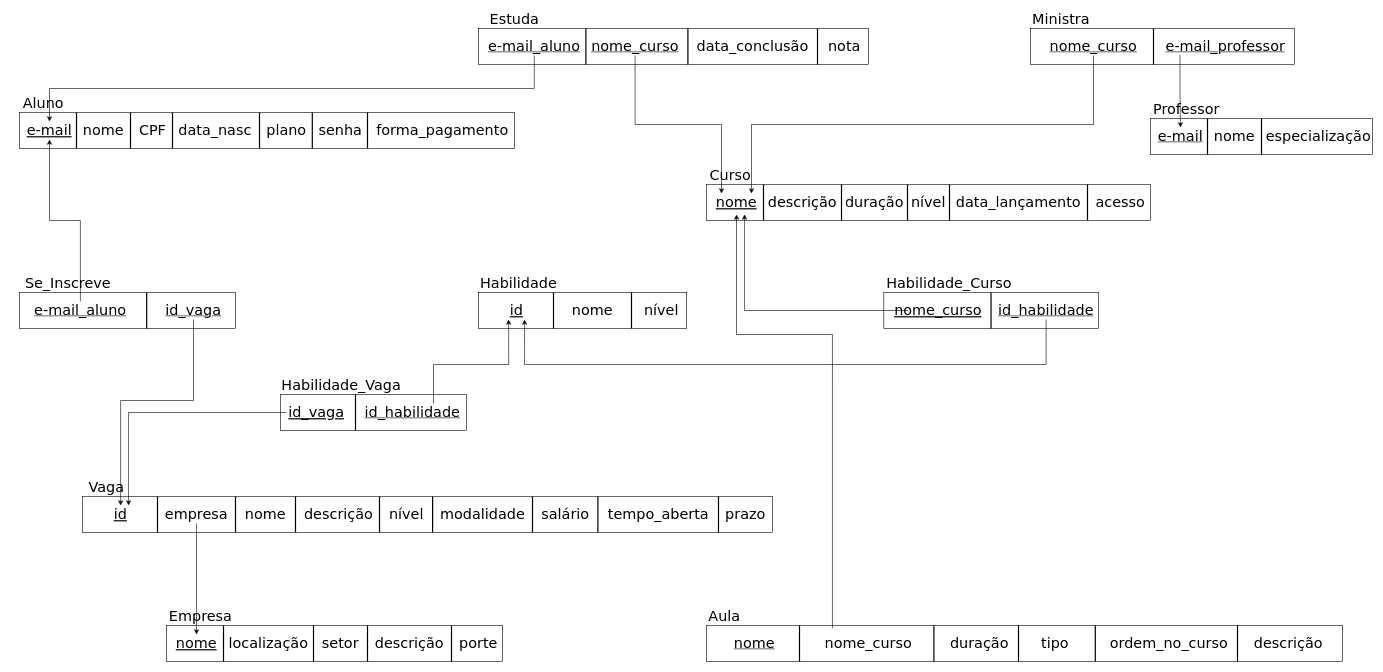
The draw.io diagram Diagrama/diagramaLógicoBD.drawio in kenjiThiago/ProjetoBD2, before the edit. Source tidied: cells renumbered, new cells numbered last; positions are measured from the earlier drawing's top-left corner, leaving out a move shared by most shapes. Both pictures are drawn from the tidied source at 60%, with x=0, y=0 at pixel (19, 10).
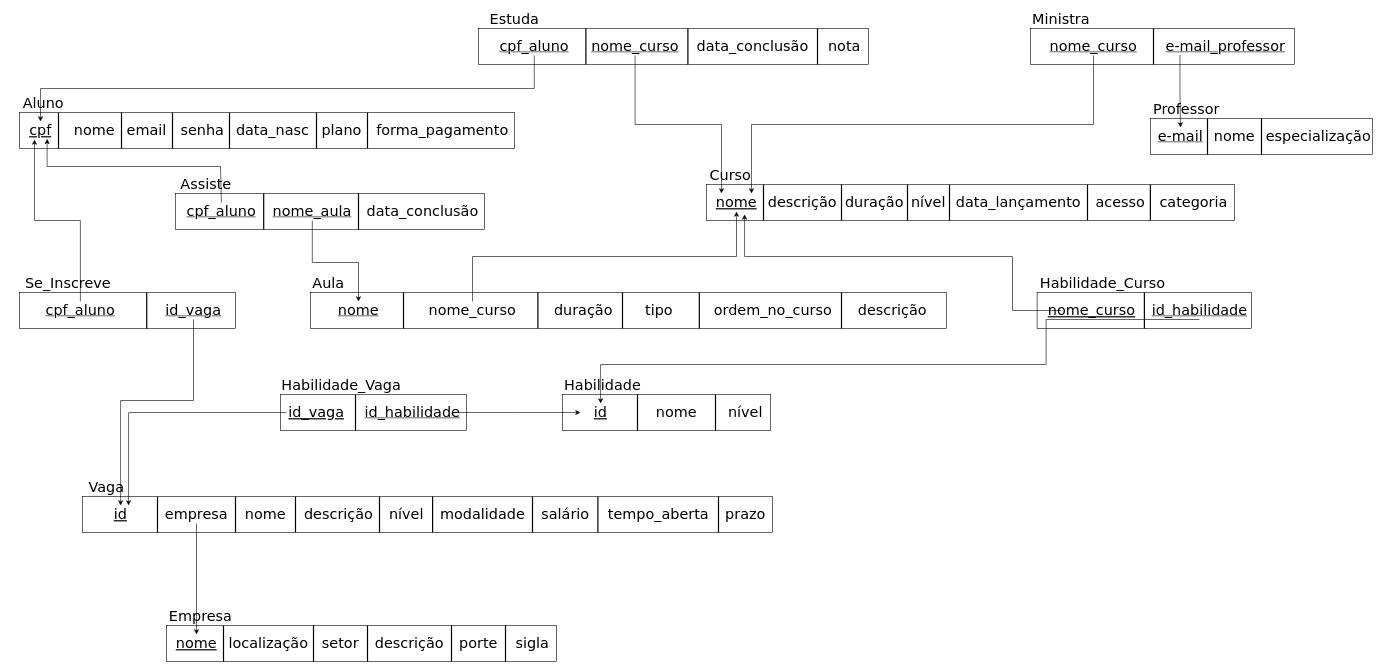
Above is the later version.

Commit message (it also covers changes not shown here):
Alterações na modelagem do BD (Diagramas e Script SQL)

Unchanged cells that the change refers to:
```xml
<mxCell id="13" value="&lt;font face=&quot;Verdana&quot; style=&quot;font-size: 24px;&quot;&gt;&lt;u&gt;nome&lt;/u&gt;&lt;/font&gt;" style="text;html=1;align=center;verticalAlign=middle;whiteSpace=wrap;rounded=0;" parent="1" vertex="1">
  <mxGeometry x="1145" y="305" width="100" height="30" as="geometry" />
</mxCell>
<mxCell id="83" value="&lt;font style=&quot;font-size: 24px;&quot; face=&quot;Verdana&quot;&gt;id_habilidade&lt;/font&gt;" style="text;html=1;align=center;verticalAlign=middle;whiteSpace=wrap;rounded=0;fontStyle=4;" parent="1" vertex="1">
  <mxGeometry x="585" y="655" width="140" height="30" as="geometry" />
</mxCell>
```

Change to the diagram source:
```diff
@@
-    <mxCell id="4" value="&lt;font face=&quot;Verdana&quot; style=&quot;font-size: 24px;&quot;&gt;&lt;u&gt;e-mail&lt;/u&gt;&lt;/font&gt;" style="text;html=1;align=center;verticalAlign=middle;whiteSpace=wrap;rounded=0;" parent="1" vertex="1">
-      <mxGeometry y="185" width="100" height="30" as="geometry" />
+    <mxCell id="4" value="&lt;font face=&quot;Verdana&quot; style=&quot;font-size: 24px;&quot;&gt;&lt;u&gt;cpf&lt;/u&gt;&lt;/font&gt;" style="text;html=1;align=center;verticalAlign=middle;whiteSpace=wrap;rounded=0;" parent="1" vertex="1">
+      <mxGeometry x="-15" y="185" width="100" height="30" as="geometry" />
     </mxCell>
     <mxCell id="5" value="&lt;font face=&quot;Verdana&quot; style=&quot;font-size: 24px;&quot;&gt;nome&lt;/font&gt;" style="text;html=1;align=center;verticalAlign=middle;whiteSpace=wrap;rounded=0;" parent="1" vertex="1">
-      <mxGeometry x="90" y="185" width="100" height="30" as="geometry" />
+      <mxGeometry x="75" y="185" width="100" height="30" as="geometry" />
     </mxCell>
     <mxCell id="6" value="&lt;font face=&quot;Verdana&quot; style=&quot;font-size: 24px;&quot;&gt;d&lt;/font&gt;&lt;span style=&quot;font-size: 24px; font-family: Verdana; background-color: initial;&quot;&gt;ata_nasc&lt;/span&gt;" style="text;html=1;align=center;verticalAlign=middle;whiteSpace=wrap;rounded=0;" parent="1" vertex="1">
-      <mxGeometry x="276" y="185" width="100" height="30" as="geometry" />
+      <mxGeometry x="372" y="185" width="100" height="30" as="geometry" />
     </mxCell>
     <mxCell id="7" value="&lt;font face=&quot;Verdana&quot; style=&quot;font-size: 24px;&quot;&gt;plano&lt;/font&gt;" style="text;html=1;align=center;verticalAlign=middle;whiteSpace=wrap;rounded=0;" parent="1" vertex="1">
-      <mxGeometry x="395" y="185" width="100" height="30" as="geometry" />
+      <mxGeometry x="486.5" y="185" width="100" height="30" as="geometry" />
     </mxCell>
     <mxCell id="8" style="line;strokeWidth=2;direction=south;html=1;" parent="1" vertex="1">
-      <mxGeometry x="90" y="170" width="10" height="60" as="geometry" />
+      <mxGeometry x="60" y="170" width="10" height="60" as="geometry" />
     </mxCell>
     <mxCell id="9" style="line;strokeWidth=2;direction=south;html=1;" parent="1" vertex="1">
-      <mxGeometry x="180" y="170" width="10" height="60" as="geometry" />
+      <mxGeometry x="165" y="170" width="10" height="60" as="geometry" />
     </mxCell>
@@
     <mxCell id="11" style="rounded=0;whiteSpace=wrap;html=1;" parent="1" vertex="1">
-      <mxGeometry x="1145" y="290" width="740" height="60" as="geometry" />
+      <mxGeometry x="1145" y="290" width="880" height="60" as="geometry" />
     </mxCell>
@@
     <mxCell id="29" style="rounded=0;whiteSpace=wrap;html=1;" parent="1" vertex="1">
-      <mxGeometry x="1145" y="1025" width="1060" height="60" as="geometry" />
+      <mxGeometry x="485" y="470" width="1060" height="60" as="geometry" />
     </mxCell>
     <mxCell id="30" value="&lt;font face=&quot;Verdana&quot; style=&quot;font-size: 24px;&quot;&gt;Aula&lt;/font&gt;" style="text;html=1;align=center;verticalAlign=middle;whiteSpace=wrap;rounded=0;" parent="1" vertex="1">
-      <mxGeometry x="1145" y="995" width="60" height="30" as="geometry" />
+      <mxGeometry x="485" y="440" width="60" height="30" as="geometry" />
     </mxCell>
     <mxCell id="31" value="&lt;font style=&quot;font-size: 24px;&quot; face=&quot;Verdana&quot;&gt;nome&lt;/font&gt;" style="text;html=1;align=center;verticalAlign=middle;whiteSpace=wrap;rounded=0;fontStyle=4;" parent="1" vertex="1">
-      <mxGeometry x="1175" y="1040" width="100" height="30" as="geometry" />
+      <mxGeometry x="515" y="485" width="100" height="30" as="geometry" />
     </mxCell>
     <mxCell id="32" value="&lt;font face=&quot;Verdana&quot; style=&quot;font-size: 24px;&quot;&gt;descrição&lt;/font&gt;" style="text;html=1;align=center;verticalAlign=middle;whiteSpace=wrap;rounded=0;" parent="1" vertex="1">
-      <mxGeometry x="2065" y="1040" width="100" height="30" as="geometry" />
+      <mxGeometry x="1405" y="485" width="100" height="30" as="geometry" />
     </mxCell>
     <mxCell id="33" value="&lt;font face=&quot;Verdana&quot; style=&quot;font-size: 24px;&quot;&gt;duração&lt;/font&gt;" style="text;html=1;align=center;verticalAlign=middle;whiteSpace=wrap;rounded=0;" parent="1" vertex="1">
-      <mxGeometry x="1550" y="1040" width="100" height="30" as="geometry" />
+      <mxGeometry x="890" y="485" width="100" height="30" as="geometry" />
     </mxCell>
     <mxCell id="34" value="&lt;font face=&quot;Verdana&quot; style=&quot;font-size: 24px;&quot;&gt;tipo&lt;/font&gt;" style="text;html=1;align=center;verticalAlign=middle;whiteSpace=wrap;rounded=0;" parent="1" vertex="1">
-      <mxGeometry x="1696" y="1040" width="60" height="30" as="geometry" />
+      <mxGeometry x="1036" y="485" width="60" height="30" as="geometry" />
     </mxCell>
     <mxCell id="35" value="&lt;font face=&quot;Verdana&quot; style=&quot;font-size: 24px;&quot;&gt;ordem_no_curso&lt;/font&gt;" style="text;html=1;align=center;verticalAlign=middle;whiteSpace=wrap;rounded=0;" parent="1" vertex="1">
-      <mxGeometry x="1866" y="1040" width="100" height="30" as="geometry" />
+      <mxGeometry x="1206" y="485" width="100" height="30" as="geometry" />
     </mxCell>
     <mxCell id="36" style="line;strokeWidth=2;direction=south;html=1;" parent="1" vertex="1">
-      <mxGeometry x="1519" y="1025" width="10" height="60" as="geometry" />
+      <mxGeometry x="859" y="470" width="10" height="60" as="geometry" />
     </mxCell>
     <mxCell id="37" style="line;strokeWidth=2;direction=south;html=1;" parent="1" vertex="1">
-      <mxGeometry x="1660" y="1025" width="10" height="60" as="geometry" />
+      <mxGeometry x="1000" y="470" width="10" height="60" as="geometry" />
     </mxCell>
     <mxCell id="38" style="line;strokeWidth=2;direction=south;html=1;" parent="1" vertex="1">
-      <mxGeometry x="1295" y="1025" width="10" height="60" as="geometry" />
+      <mxGeometry x="635" y="470" width="10" height="60" as="geometry" />
     </mxCell>
     <mxCell id="39" style="line;strokeWidth=2;direction=south;html=1;" parent="1" vertex="1">
-      <mxGeometry x="1788" y="1025" width="10" height="60" as="geometry" />
+      <mxGeometry x="1128" y="470" width="10" height="60" as="geometry" />
     </mxCell>
@@
     <mxCell id="45" style="rounded=0;whiteSpace=wrap;html=1;" parent="1" vertex="1">
-      <mxGeometry x="245" y="1025" width="560" height="60" as="geometry" />
+      <mxGeometry x="245" y="1025" width="650" height="60" as="geometry" />
     </mxCell>
@@
-    <mxCell id="58" value="&lt;font style=&quot;font-size: 24px;&quot; face=&quot;Verdana&quot;&gt;e-mail_aluno&lt;/font&gt;" style="text;html=1;align=center;verticalAlign=middle;whiteSpace=wrap;rounded=0;fontStyle=4;" parent="1" vertex="1">
+    <mxCell id="58" value="&lt;font style=&quot;font-size: 24px;&quot; face=&quot;Verdana&quot;&gt;cpf_aluno&lt;/font&gt;" style="text;html=1;align=center;verticalAlign=middle;whiteSpace=wrap;rounded=0;fontStyle=4;" parent="1" vertex="1">
       <mxGeometry x="778" y="45" width="160" height="30" as="geometry" />
     </mxCell>
@@
     <mxCell id="74" style="edgeStyle=orthogonalEdgeStyle;rounded=0;jettySize=auto;html=1;" parent="1" edge="1" source="75" target="4">
-      <mxGeometry relative="1" as="geometry" />
+      <mxGeometry relative="1" as="geometry">
+        <Array as="points">
+          <mxPoint x="102" y="350" />
+          <mxPoint x="25" y="350" />
+        </Array>
+      </mxGeometry>
     </mxCell>
-    <mxCell id="75" value="&lt;font style=&quot;font-size: 24px;&quot; face=&quot;Verdana&quot;&gt;e-mail_aluno&lt;/font&gt;" style="text;html=1;align=center;verticalAlign=middle;whiteSpace=wrap;rounded=0;fontStyle=4;" parent="1" vertex="1">
+    <mxCell id="75" value="&lt;font style=&quot;font-size: 24px;&quot; face=&quot;Verdana&quot;&gt;cpf_aluno&lt;/font&gt;" style="text;html=1;align=center;verticalAlign=middle;whiteSpace=wrap;rounded=0;fontStyle=4;" parent="1" vertex="1">
       <mxGeometry x="10" y="485" width="183" height="30" as="geometry" />
     </mxCell>
@@
-    <mxCell id="85" style="edgeStyle=orthogonalEdgeStyle;rounded=0;jettySize=auto;html=1;exitX=0.198;exitY=0.083;exitDx=0;exitDy=0;exitPerimeter=0;" parent="1" edge="1" source="29">
-      <mxGeometry relative="1" as="geometry">
-        <mxPoint x="1195" y="340" as="targetPoint" />
-        <Array as="points">
-          <mxPoint x="1355" y="540" />
-          <mxPoint x="1195" y="540" />
-        </Array>
-      </mxGeometry>
-    </mxCell>
     <mxCell id="86" style="line;strokeWidth=2;direction=south;html=1;" parent="1" vertex="1">
-      <mxGeometry x="2025" y="1025" width="10" height="60" as="geometry" />
+      <mxGeometry x="1365" y="470" width="10" height="60" as="geometry" />
     </mxCell>
     <mxCell id="87" value="&lt;font face=&quot;Verdana&quot; style=&quot;font-size: 24px;&quot;&gt;nome_curso&lt;/font&gt;" style="text;html=1;align=center;verticalAlign=middle;whiteSpace=wrap;rounded=0;" parent="1" vertex="1">
-      <mxGeometry x="1335" y="1040" width="160" height="30" as="geometry" />
+      <mxGeometry x="675" y="485" width="160" height="30" as="geometry" />
     </mxCell>
     <mxCell id="88" style="rounded=0;whiteSpace=wrap;html=1;" parent="1" vertex="1">
-      <mxGeometry x="1440.5" y="470" width="357.5" height="60" as="geometry" />
+      <mxGeometry x="1696" y="470" width="357.5" height="60" as="geometry" />
     </mxCell>
     <mxCell id="89" value="&lt;font face=&quot;Verdana&quot; style=&quot;font-size: 24px;&quot;&gt;Habilidade_Curso&lt;/font&gt;" style="text;html=1;align=center;verticalAlign=middle;whiteSpace=wrap;rounded=0;" parent="1" vertex="1">
-      <mxGeometry x="1448" y="440" width="203" height="30" as="geometry" />
+      <mxGeometry x="1703.5" y="440" width="203" height="30" as="geometry" />
     </mxCell>
     <mxCell id="90" value="&lt;font face=&quot;Verdana&quot; style=&quot;font-size: 24px;&quot;&gt;&lt;u&gt;nome_curso&lt;/u&gt;&lt;/font&gt;" style="text;html=1;align=center;verticalAlign=middle;whiteSpace=wrap;rounded=0;" parent="1" vertex="1">
-      <mxGeometry x="1481" y="485" width="100" height="30" as="geometry" />
+      <mxGeometry x="1736.5" y="485" width="100" height="30" as="geometry" />
     </mxCell>
     <mxCell id="91" style="line;strokeWidth=2;direction=south;html=1;" parent="1" vertex="1">
-      <mxGeometry x="1614.2" y="470" width="10" height="60" as="geometry" />
+      <mxGeometry x="1869.8" y="470" width="10" height="60" as="geometry" />
     </mxCell>
     <mxCell id="92" value="&lt;font style=&quot;font-size: 24px;&quot; face=&quot;Verdana&quot;&gt;id_habilidade&lt;/font&gt;" style="text;html=1;align=center;verticalAlign=middle;whiteSpace=wrap;rounded=0;fontStyle=4;" parent="1" vertex="1">
-      <mxGeometry x="1641" y="485" width="140" height="30" as="geometry" />
+      <mxGeometry x="1896.5" y="485" width="140" height="30" as="geometry" />
     </mxCell>
@@
     <mxCell id="95" style="edgeStyle=orthogonalEdgeStyle;rounded=0;jettySize=auto;html=1;entryX=0.634;entryY=1.162;entryDx=0;entryDy=0;entryPerimeter=0;" parent="1" edge="1" source="90" target="13">
       <mxGeometry relative="1" as="geometry">
         <Array as="points">
-          <mxPoint x="1208" y="500" />
+          <mxPoint x="1655" y="500" />
+          <mxPoint x="1655" y="410" />
+          <mxPoint x="1208" y="410" />
         </Array>
       </mxGeometry>
     </mxCell>
@@
     <mxCell id="97" style="rounded=0;whiteSpace=wrap;html=1;" parent="1" vertex="1">
-      <mxGeometry x="765" y="470" width="347" height="60" as="geometry" />
+      <mxGeometry x="905" y="640" width="347" height="60" as="geometry" />
     </mxCell>
     <mxCell id="98" value="&lt;font face=&quot;Verdana&quot; style=&quot;font-size: 24px;&quot;&gt;Habilidade&lt;/font&gt;" style="text;html=1;align=center;verticalAlign=middle;whiteSpace=wrap;rounded=0;" parent="1" vertex="1">
-      <mxGeometry x="802" y="440" width="60" height="30" as="geometry" />
+      <mxGeometry x="942" y="610" width="60" height="30" as="geometry" />
     </mxCell>
     <mxCell id="99" value="&lt;font face=&quot;Verdana&quot; style=&quot;font-size: 24px;&quot;&gt;&lt;u&gt;id&lt;/u&gt;&lt;/font&gt;" style="text;html=1;align=center;verticalAlign=middle;whiteSpace=wrap;rounded=0;" parent="1" vertex="1">
-      <mxGeometry x="802" y="485" width="53" height="30" as="geometry" />
+      <mxGeometry x="942" y="655" width="53" height="30" as="geometry" />
     </mxCell>
     <mxCell id="100" style="line;strokeWidth=2;direction=south;html=1;" parent="1" vertex="1">
-      <mxGeometry x="1015" y="470" width="10" height="60" as="geometry" />
+      <mxGeometry x="1155" y="640" width="10" height="60" as="geometry" />
     </mxCell>
     <mxCell id="101" value="&lt;font face=&quot;Verdana&quot; style=&quot;font-size: 24px;&quot;&gt;nome&lt;/font&gt;" style="text;html=1;align=center;verticalAlign=middle;whiteSpace=wrap;rounded=0;" parent="1" vertex="1">
-      <mxGeometry x="905" y="485" width="100" height="30" as="geometry" />
+      <mxGeometry x="1045" y="655" width="100" height="30" as="geometry" />
     </mxCell>
     <mxCell id="102" style="line;strokeWidth=2;direction=south;html=1;" parent="1" vertex="1">
-      <mxGeometry x="885" y="470" width="10" height="60" as="geometry" />
+      <mxGeometry x="1025" y="640" width="10" height="60" as="geometry" />
     </mxCell>
     <mxCell id="103" value="&lt;font face=&quot;Verdana&quot; style=&quot;font-size: 24px;&quot;&gt;nível&lt;/font&gt;" style="text;html=1;align=center;verticalAlign=middle;whiteSpace=wrap;rounded=0;" parent="1" vertex="1">
-      <mxGeometry x="1020" y="485" width="100" height="30" as="geometry" />
+      <mxGeometry x="1160" y="655" width="100" height="30" as="geometry" />
     </mxCell>
-    <mxCell id="104" style="edgeStyle=orthogonalEdgeStyle;rounded=0;jettySize=auto;html=1;exitX=0.75;exitY=0;exitDx=0;exitDy=0;entryX=0.25;entryY=1;entryDx=0;entryDy=0;" parent="1" edge="1" source="83" target="99">
-      <mxGeometry relative="1" as="geometry">
-        <Array as="points">
-          <mxPoint x="690" y="590" />
-          <mxPoint x="815" y="590" />
-        </Array>
-      </mxGeometry>
-    </mxCell>
-    <mxCell id="105" style="edgeStyle=orthogonalEdgeStyle;rounded=0;jettySize=auto;html=1;entryX=0.75;entryY=1;entryDx=0;entryDy=0;exitX=0.5;exitY=1;exitDx=0;exitDy=0;" parent="1" edge="1" source="92" target="99">
-      <mxGeometry relative="1" as="geometry">
-        <Array as="points">
-          <mxPoint x="1711" y="590" />
-          <mxPoint x="842" y="590" />
-        </Array>
-      </mxGeometry>
-    </mxCell>
@@
     <mxCell id="122" value="&lt;font face=&quot;Verdana&quot; style=&quot;font-size: 24px;&quot;&gt;senha&lt;/font&gt;" style="text;html=1;align=center;verticalAlign=middle;whiteSpace=wrap;rounded=0;" parent="1" vertex="1">
-      <mxGeometry x="485" y="185" width="100" height="30" as="geometry" />
+      <mxGeometry x="255" y="185" width="100" height="30" as="geometry" />
     </mxCell>
     <mxCell id="123" style="line;strokeWidth=2;direction=south;html=1;" parent="1" vertex="1">
-      <mxGeometry x="395" y="170" width="10" height="60" as="geometry" />
+      <mxGeometry x="345" y="170" width="10" height="60" as="geometry" />
     </mxCell>
     <mxCell id="124" style="line;strokeWidth=2;direction=south;html=1;" parent="1" vertex="1">
-      <mxGeometry x="483" y="170" width="10" height="60" as="geometry" />
+      <mxGeometry x="490" y="170" width="10" height="60" as="geometry" />
     </mxCell>
@@
-    <mxCell id="126" value="&lt;font face=&quot;Verdana&quot;&gt;&lt;span style=&quot;font-size: 24px;&quot;&gt;CPF&lt;/span&gt;&lt;/font&gt;" style="text;html=1;align=center;verticalAlign=middle;whiteSpace=wrap;rounded=0;" parent="1" vertex="1">
-      <mxGeometry x="172" y="185" width="100" height="30" as="geometry" />
+    <mxCell id="126" value="&lt;font face=&quot;Verdana&quot;&gt;&lt;span style=&quot;font-size: 24px;&quot;&gt;email&lt;/span&gt;&lt;/font&gt;" style="text;html=1;align=center;verticalAlign=middle;whiteSpace=wrap;rounded=0;" parent="1" vertex="1">
+      <mxGeometry x="162" y="185" width="100" height="30" as="geometry" />
     </mxCell>
@@
+    <mxCell id="128" style="edgeStyle=orthogonalEdgeStyle;rounded=0;jettySize=auto;html=1;exitX=1;exitY=0.5;exitDx=0;exitDy=0;" parent="1" edge="1" source="83">
+      <mxGeometry relative="1" as="geometry">
+        <mxPoint x="935" y="670" as="targetPoint" />
+      </mxGeometry>
+    </mxCell>
+    <mxCell id="105" style="edgeStyle=orthogonalEdgeStyle;rounded=0;jettySize=auto;html=1;exitX=0.5;exitY=1;exitDx=0;exitDy=0;entryX=0.5;entryY=0;entryDx=0;entryDy=0;" parent="1" edge="1" source="92" target="99">
+      <mxGeometry relative="1" as="geometry">
+        <Array as="points">
+          <mxPoint x="1711" y="515" />
+          <mxPoint x="1711" y="590" />
+          <mxPoint x="969" y="590" />
+        </Array>
+      </mxGeometry>
+    </mxCell>
+    <mxCell id="129" style="edgeStyle=orthogonalEdgeStyle;rounded=0;jettySize=auto;html=1;exitX=0.5;exitY=0;exitDx=0;exitDy=0;entryX=0.5;entryY=1;entryDx=0;entryDy=0;" parent="1" edge="1" source="87" target="13">
+      <mxGeometry relative="1" as="geometry">
+        <Array as="points">
+          <mxPoint x="755" y="410" />
+          <mxPoint x="1195" y="410" />
+        </Array>
+      </mxGeometry>
+    </mxCell>
+    <mxCell id="130" style="rounded=0;whiteSpace=wrap;html=1;" parent="1" vertex="1">
+      <mxGeometry x="260" y="305" width="515" height="60" as="geometry" />
+    </mxCell>
+    <mxCell id="131" value="&lt;font face=&quot;Verdana&quot;&gt;&lt;span style=&quot;font-size: 24px;&quot;&gt;Assiste&lt;/span&gt;&lt;/font&gt;" style="text;html=1;align=center;verticalAlign=middle;whiteSpace=wrap;rounded=0;" parent="1" vertex="1">
+      <mxGeometry x="250" y="275" width="122" height="30" as="geometry" />
+    </mxCell>
+    <mxCell id="132" value="&lt;font style=&quot;font-size: 24px;&quot; face=&quot;Verdana&quot;&gt;cpf_aluno&lt;/font&gt;" style="text;html=1;align=center;verticalAlign=middle;whiteSpace=wrap;rounded=0;fontStyle=4;" parent="1" vertex="1">
+      <mxGeometry x="245" y="320" width="183" height="30" as="geometry" />
+    </mxCell>
+    <mxCell id="133" value="&lt;font face=&quot;Verdana&quot;&gt;&lt;span style=&quot;font-size: 24px;&quot;&gt;nome_aula&lt;/span&gt;&lt;/font&gt;" style="text;html=1;align=center;verticalAlign=middle;whiteSpace=wrap;rounded=0;fontStyle=4;" parent="1" vertex="1">
+      <mxGeometry x="438" y="320" width="100" height="30" as="geometry" />
+    </mxCell>
+    <mxCell id="134" style="line;strokeWidth=2;direction=south;html=1;" parent="1" vertex="1">
+      <mxGeometry x="402" y="305" width="10" height="60" as="geometry" />
+    </mxCell>
+    <mxCell id="135" style="line;strokeWidth=2;direction=south;html=1;" parent="1" vertex="1">
+      <mxGeometry x="560" y="305" width="10" height="60" as="geometry" />
+    </mxCell>
+    <mxCell id="136" value="&lt;font face=&quot;Verdana&quot; style=&quot;font-size: 24px;&quot;&gt;data_conclusão&lt;/font&gt;" style="text;html=1;align=center;verticalAlign=middle;whiteSpace=wrap;rounded=0;" parent="1" vertex="1">
+      <mxGeometry x="622" y="320" width="100" height="30" as="geometry" />
+    </mxCell>
+    <mxCell id="137" style="endArrow=classic;html=1;rounded=0;exitX=0.5;exitY=1;exitDx=0;exitDy=0;entryX=0.5;entryY=0;entryDx=0;entryDy=0;" parent="1" edge="1" source="133" target="31">
+      <mxGeometry relative="1" as="geometry">
+        <Array as="points">
+          <mxPoint x="488" y="420" />
+          <mxPoint x="565" y="420" />
+        </Array>
+      </mxGeometry>
+    </mxCell>
+    <mxCell id="138" style="endArrow=classic;html=1;rounded=0;exitX=0.5;exitY=0;exitDx=0;exitDy=0;entryX=0.611;entryY=0.962;entryDx=0;entryDy=0;entryPerimeter=0;" parent="1" edge="1" source="132" target="4">
+      <mxGeometry relative="1" as="geometry">
+        <Array as="points">
+          <mxPoint x="335" y="260" />
+          <mxPoint x="222" y="260" />
+          <mxPoint x="46" y="260" />
+        </Array>
+      </mxGeometry>
+    </mxCell>
+    <mxCell id="139" style="line;strokeWidth=2;direction=south;html=1;" parent="1" vertex="1">
+      <mxGeometry x="1879.8" y="290" width="10" height="60" as="geometry" />
+    </mxCell>
+    <mxCell id="140" value="&lt;font face=&quot;Verdana&quot; style=&quot;font-size: 24px;&quot;&gt;categoria&lt;/font&gt;" style="text;html=1;align=center;verticalAlign=middle;whiteSpace=wrap;rounded=0;" parent="1" vertex="1">
+      <mxGeometry x="1906.5" y="305" width="100" height="30" as="geometry" />
+    </mxCell>
+    <mxCell id="141" style="line;strokeWidth=2;direction=south;html=1;" parent="1" vertex="1">
+      <mxGeometry x="805" y="1025" width="10" height="60" as="geometry" />
+    </mxCell>
+    <mxCell id="142" value="&lt;font face=&quot;Verdana&quot; style=&quot;font-size: 24px;&quot;&gt;sigla&lt;/font&gt;" style="text;html=1;align=center;verticalAlign=middle;whiteSpace=wrap;rounded=0;" parent="1" vertex="1">
+      <mxGeometry x="805" y="1040" width="100" height="30" as="geometry" />
+    </mxCell>
```
